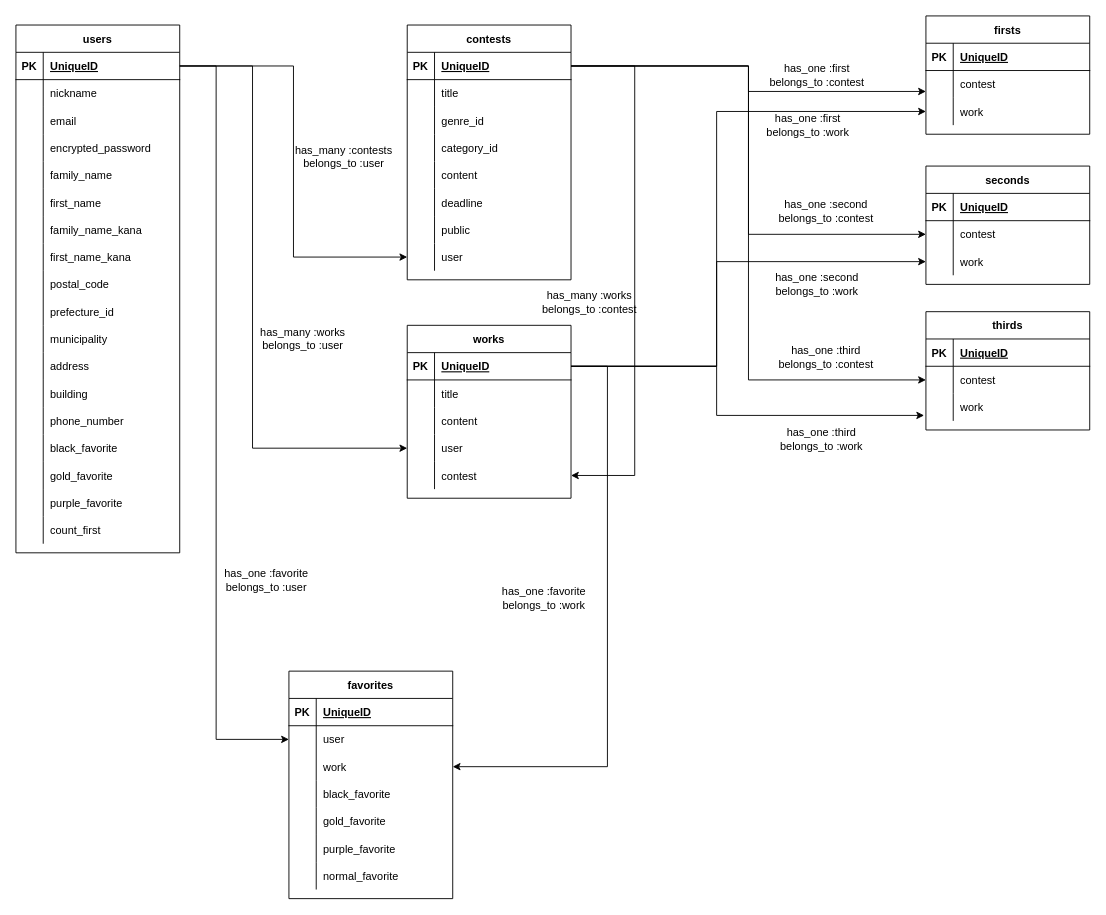
Earlier version of the draw.io diagram e-r.dio (tokiya-takai/moroheiya). Source tidied: cells renumbered, new cells numbered last; positions are measured from the earlier drawing's top-left corner, leaving out a move shared by most shapes. Both pictures are drawn from the tidied source at 91%, with x=0, y=0 at pixel (15, 15).
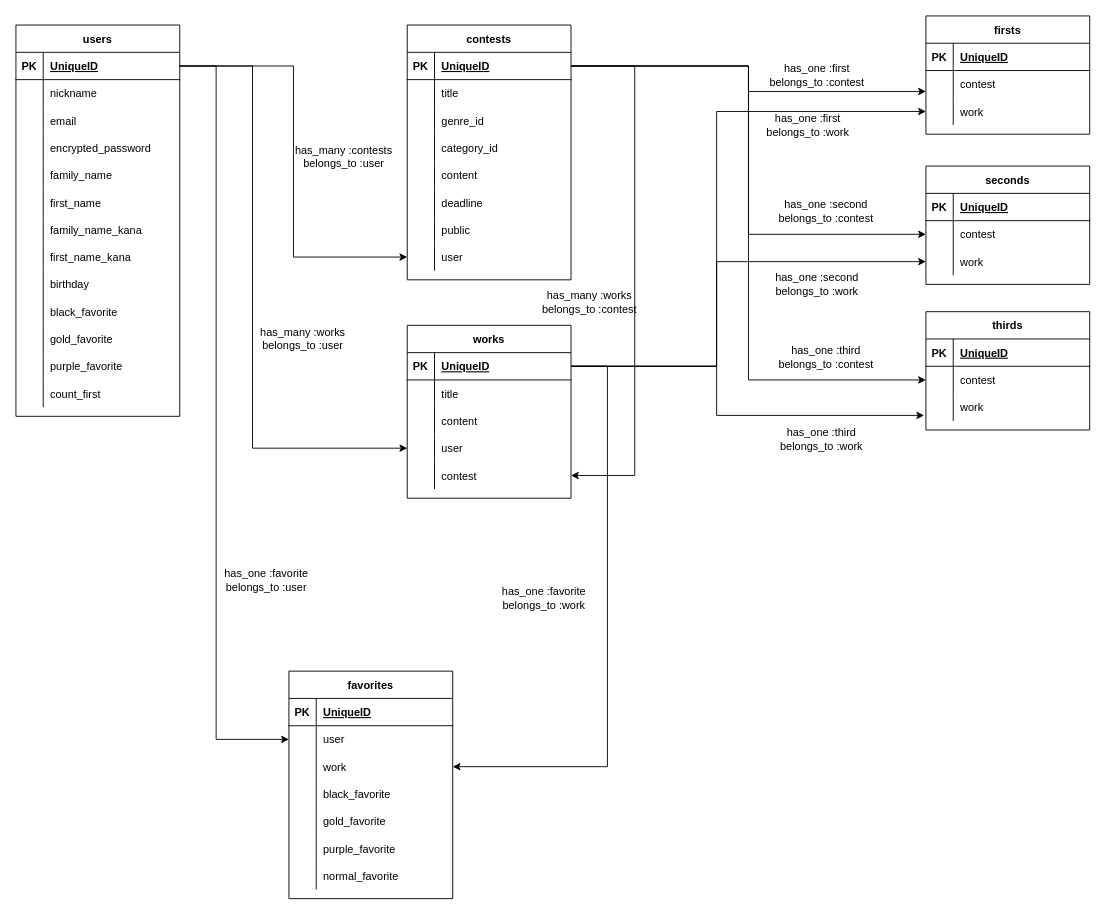
After the change.

Unchanged cells that the change refers to:
```xml
<mxCell id="27" style="shape=partialRectangle;fillColor=none;top=0;left=0;bottom=0;right=0;" parent="2" vertex="1">
  <mxGeometry y="270" width="180" height="30" as="geometry" />
</mxCell>
```

The edit, as a diff of the source:
```diff
@@
     <mxCell id="2" value="users" style="shape=table;startSize=30;childLayout=tableLayout;rowLines=0;fontStyle=1;align=center;" parent="1" vertex="1">
-      <mxGeometry y="10" width="180" height="580" as="geometry" />
+      <mxGeometry y="10" width="180" height="430" as="geometry" />
     </mxCell>
@@
-    <mxCell id="28" style="shape=partialRectangle;fillColor=none;top=0;left=0;bottom=0;right=0;overflow=hidden;" parent="27" vertex="1">
-      <mxGeometry width="30" height="30" as="geometry" />
-    </mxCell>
-    <mxCell id="29" value="postal_code" style="shape=partialRectangle;fillColor=none;top=0;left=0;bottom=0;right=0;align=left;spacingLeft=6;overflow=hidden;" parent="27" vertex="1">
-      <mxGeometry x="30" width="150" height="30" as="geometry" />
-    </mxCell>
-    <mxCell id="30" style="shape=partialRectangle;fillColor=none;top=0;left=0;bottom=0;right=0;" parent="2" vertex="1">
-      <mxGeometry y="300" width="180" height="30" as="geometry" />
-    </mxCell>
-    <mxCell id="31" style="shape=partialRectangle;fillColor=none;top=0;left=0;bottom=0;right=0;overflow=hidden;" parent="30" vertex="1">
-      <mxGeometry width="30" height="30" as="geometry" />
-    </mxCell>
-    <mxCell id="32" value="prefecture_id" style="shape=partialRectangle;fillColor=none;top=0;left=0;bottom=0;right=0;align=left;spacingLeft=6;overflow=hidden;" parent="30" vertex="1">
-      <mxGeometry x="30" width="150" height="30" as="geometry" />
-    </mxCell>
-    <mxCell id="33" style="shape=partialRectangle;fillColor=none;top=0;left=0;bottom=0;right=0;" parent="2" vertex="1">
-      <mxGeometry y="330" width="180" height="30" as="geometry" />
-    </mxCell>
-    <mxCell id="34" style="shape=partialRectangle;fillColor=none;top=0;left=0;bottom=0;right=0;overflow=hidden;" parent="33" vertex="1">
-      <mxGeometry width="30" height="30" as="geometry" />
-    </mxCell>
-    <mxCell id="35" value="municipality" style="shape=partialRectangle;fillColor=none;top=0;left=0;bottom=0;right=0;align=left;spacingLeft=6;overflow=hidden;" parent="33" vertex="1">
-      <mxGeometry x="30" width="150" height="30" as="geometry" />
-    </mxCell>
-    <mxCell id="36" style="shape=partialRectangle;fillColor=none;top=0;left=0;bottom=0;right=0;" parent="2" vertex="1">
-      <mxGeometry y="360" width="180" height="30" as="geometry" />
-    </mxCell>
-    <mxCell id="37" style="shape=partialRectangle;fillColor=none;top=0;left=0;bottom=0;right=0;overflow=hidden;" parent="36" vertex="1">
-      <mxGeometry width="30" height="30" as="geometry" />
-    </mxCell>
-    <mxCell id="38" value="address" style="shape=partialRectangle;fillColor=none;top=0;left=0;bottom=0;right=0;align=left;spacingLeft=6;overflow=hidden;" parent="36" vertex="1">
-      <mxGeometry x="30" width="150" height="30" as="geometry" />
-    </mxCell>
-    <mxCell id="39" style="shape=partialRectangle;fillColor=none;top=0;left=0;bottom=0;right=0;" parent="2" vertex="1">
-      <mxGeometry y="390" width="180" height="30" as="geometry" />
-    </mxCell>
-    <mxCell id="40" style="shape=partialRectangle;fillColor=none;top=0;left=0;bottom=0;right=0;overflow=hidden;" parent="39" vertex="1">
-      <mxGeometry width="30" height="30" as="geometry" />
-    </mxCell>
-    <mxCell id="41" value="building" style="shape=partialRectangle;fillColor=none;top=0;left=0;bottom=0;right=0;align=left;spacingLeft=6;overflow=hidden;" parent="39" vertex="1">
-      <mxGeometry x="30" width="150" height="30" as="geometry" />
-    </mxCell>
-    <mxCell id="42" style="shape=partialRectangle;fillColor=none;top=0;left=0;bottom=0;right=0;" parent="2" vertex="1">
-      <mxGeometry y="420" width="180" height="30" as="geometry" />
-    </mxCell>
-    <mxCell id="43" style="shape=partialRectangle;fillColor=none;top=0;left=0;bottom=0;right=0;overflow=hidden;" parent="42" vertex="1">
-      <mxGeometry width="30" height="30" as="geometry" />
-    </mxCell>
-    <mxCell id="44" value="phone_number" style="shape=partialRectangle;fillColor=none;top=0;left=0;bottom=0;right=0;align=left;spacingLeft=6;overflow=hidden;" parent="42" vertex="1">
-      <mxGeometry x="30" width="150" height="30" as="geometry" />
-    </mxCell>
+    <mxCell id="172" style="shape=partialRectangle;fillColor=none;top=0;left=0;bottom=0;right=0;overflow=hidden;" parent="27" vertex="1">
+      <mxGeometry width="30" height="30" as="geometry" />
+    </mxCell>
+    <mxCell id="173" value="birthday" style="shape=partialRectangle;fillColor=none;top=0;left=0;bottom=0;right=0;align=left;spacingLeft=6;overflow=hidden;" parent="27" vertex="1">
+      <mxGeometry x="30" width="150" height="30" as="geometry" />
+    </mxCell>
     <mxCell id="45" style="shape=partialRectangle;fillColor=none;top=0;left=0;bottom=0;right=0;" parent="2" vertex="1">
-      <mxGeometry y="450" width="180" height="30" as="geometry" />
+      <mxGeometry y="300" width="180" height="30" as="geometry" />
     </mxCell>
@@
     <mxCell id="48" style="shape=partialRectangle;fillColor=none;top=0;left=0;bottom=0;right=0;" parent="2" vertex="1">
-      <mxGeometry y="480" width="180" height="30" as="geometry" />
+      <mxGeometry y="330" width="180" height="30" as="geometry" />
     </mxCell>
@@
     <mxCell id="51" style="shape=partialRectangle;fillColor=none;top=0;left=0;bottom=0;right=0;" parent="2" vertex="1">
-      <mxGeometry y="510" width="180" height="30" as="geometry" />
+      <mxGeometry y="360" width="180" height="30" as="geometry" />
     </mxCell>
@@
     <mxCell id="54" style="shape=partialRectangle;fillColor=none;top=0;left=0;bottom=0;right=0;" parent="2" vertex="1">
-      <mxGeometry y="540" width="180" height="30" as="geometry" />
+      <mxGeometry y="390" width="180" height="30" as="geometry" />
     </mxCell>
```
